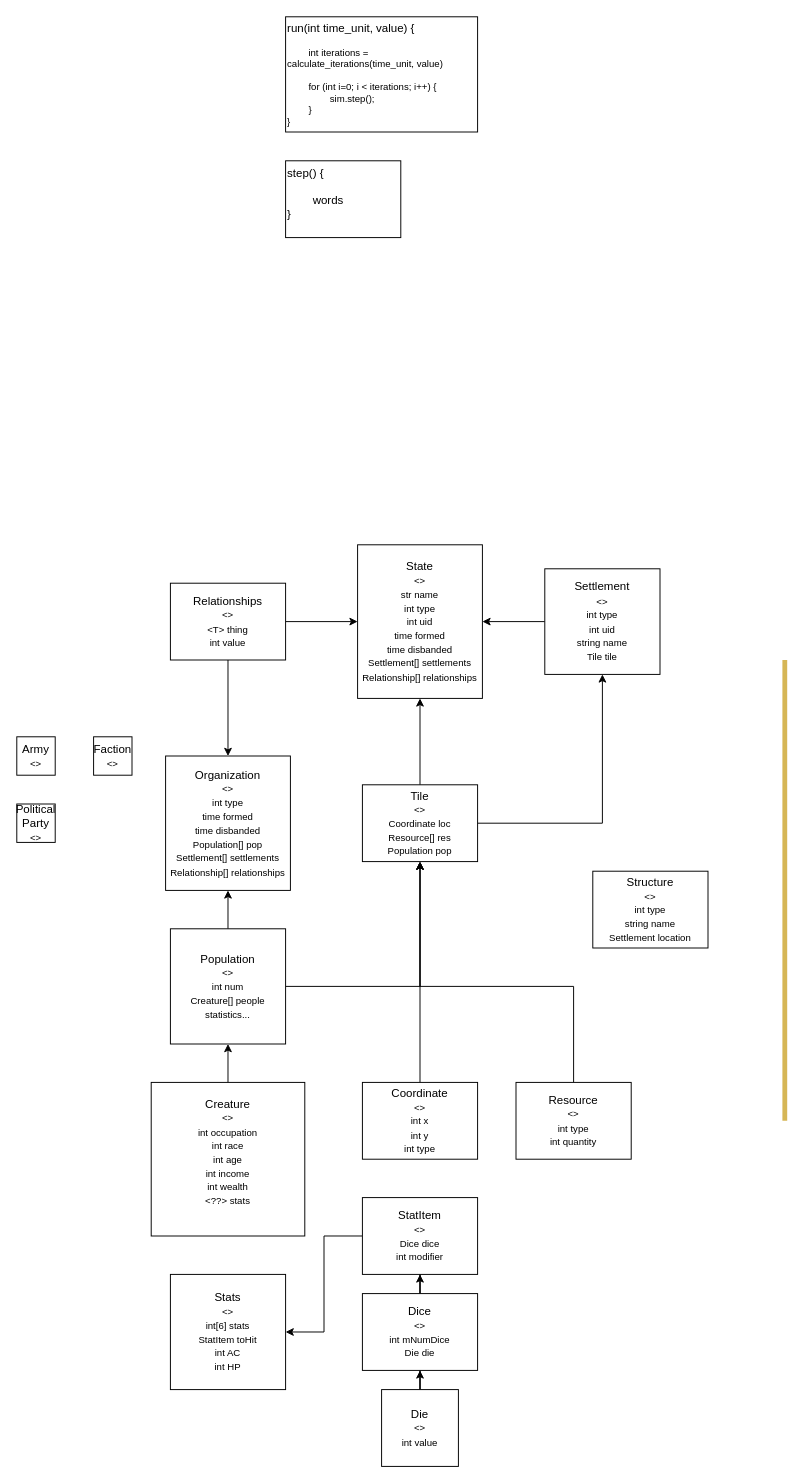
Above: architecture.drawio in Flooger25/Regions2 (draw.io), before the change. Source tidied: cells renumbered, new cells numbered last; positions are measured from the earlier drawing's top-left corner, leaving out a move shared by most shapes. Both pictures are drawn from the tidied source at 96%, with x=0, y=0 at pixel (16, 16).
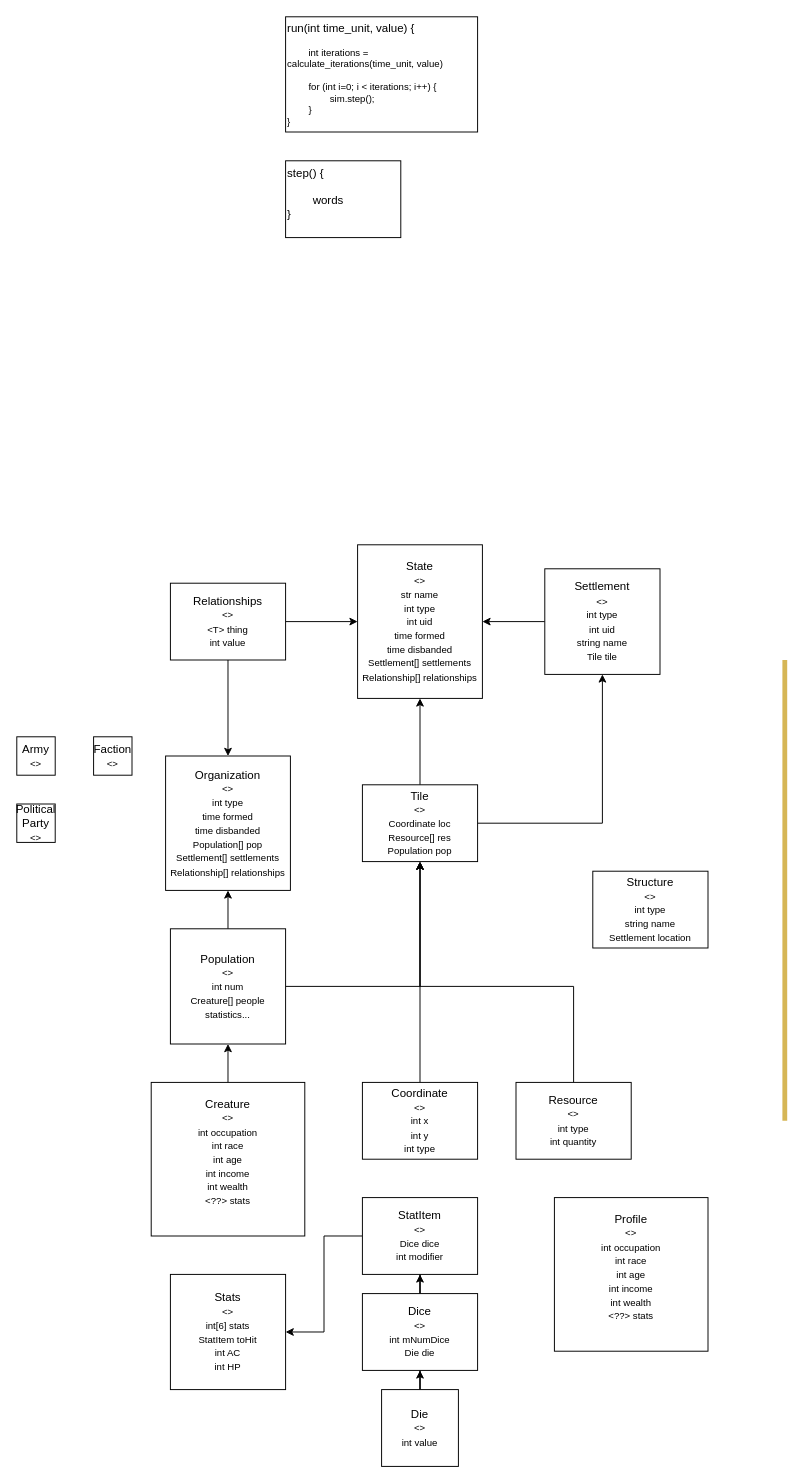
The same page after the edit.

Diff of the diagram source:
```diff
@@
+    <mxCell id="35" value="Profile&lt;br style=&quot;font-size: 10px&quot;&gt;&lt;font style=&quot;font-size: 10px&quot;&gt;&amp;lt;&amp;gt;&lt;br&gt;int occupation&lt;br&gt;int race&lt;br&gt;int age&lt;br&gt;int income&lt;br&gt;int wealth&lt;br&gt;&amp;lt;??&amp;gt; stats&lt;br&gt;&lt;br&gt;&lt;/font&gt;" style="rounded=0;whiteSpace=wrap;html=1;align=center;" parent="1" vertex="1">
+      <mxGeometry x="560" y="1230" width="160" height="160" as="geometry" />
+    </mxCell>
```
